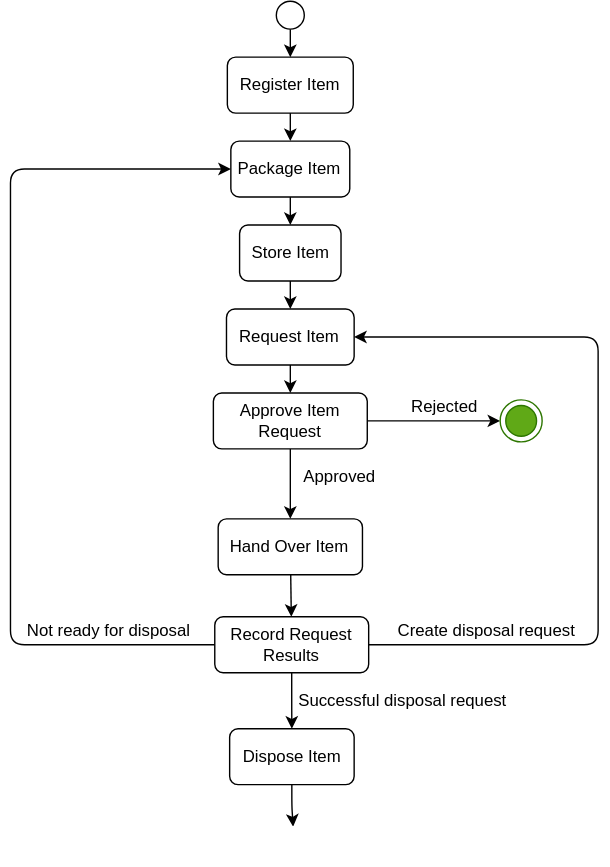
This is documentation/process-overview.drawio.svg from Gadnex/documentation-example, a draw.io export, as it was before one commit. Source tidied: cells renumbered, new cells last; positions are measured from the earlier drawing's top-left corner, leaving out a move shared by most shapes.
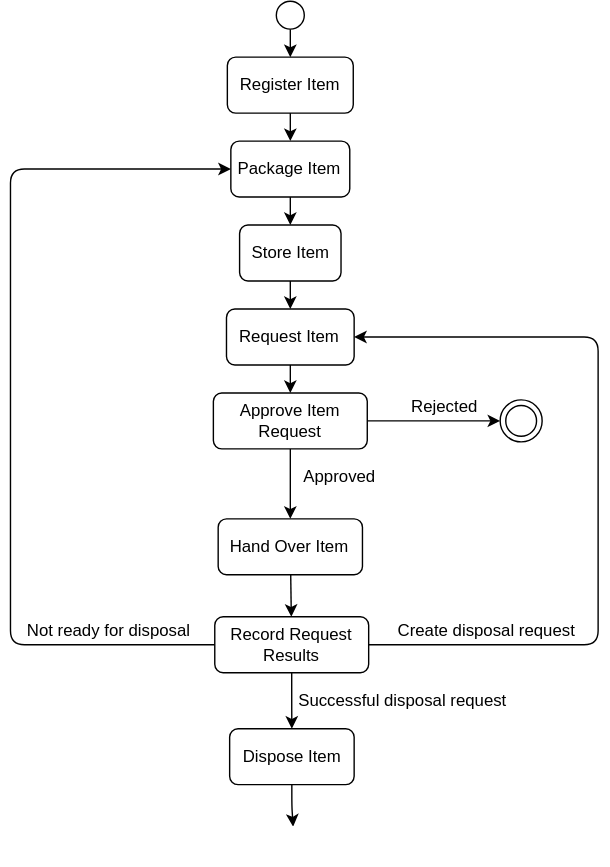
Above is the later version.

What changed in the source:
```diff
@@ -90,7 +90,7 @@
     <mxCell id="27" value="Successful disposal request" style="text;html=1;align=center;verticalAlign=middle;strokeColor=none;fillColor=none;" parent="1" vertex="1">
       <mxGeometry x="200" y="490" width="160" height="20" as="geometry" />
     </mxCell>
-    <mxCell id="28" style="ellipse;html=1;shape=endState;fillColor=#60a917;fontColor=#ffffff;strokeColor=#2D7600;" parent="1" vertex="1">
+    <mxCell id="28" style="ellipse;html=1;shape=endState;" parent="1" vertex="1">
       <mxGeometry x="350" y="285" width="30" height="30" as="geometry" />
     </mxCell>
     <mxCell id="29" style="ellipse;html=1;shape=endState;fillColor=none;strokeColor=#FFFFFF;" parent="1" vertex="1">
```
